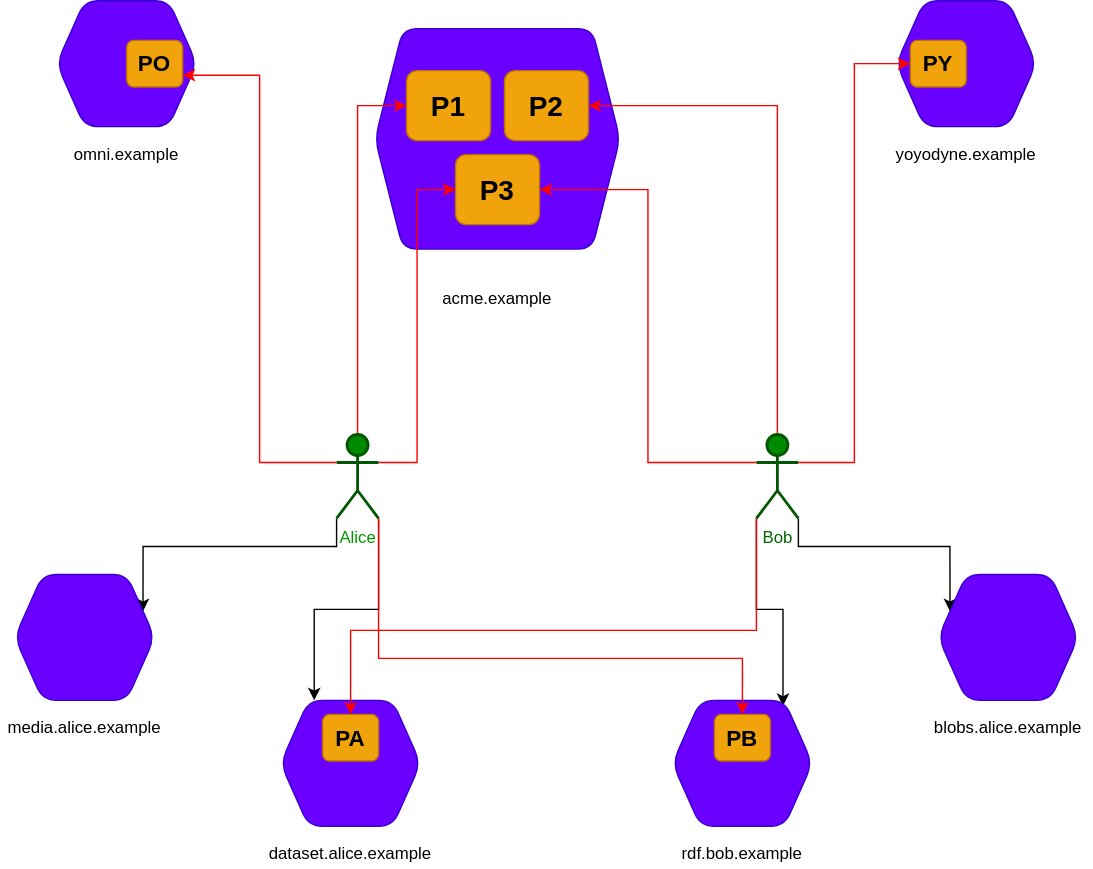
Above: proposals/primer/images/overview.drawio.svg in solid/data-interoperability-panel (draw.io), before the change. Source tidied: cells renumbered, new cells last; positions are measured from the earlier drawing's top-left corner, leaving out a move shared by most shapes.
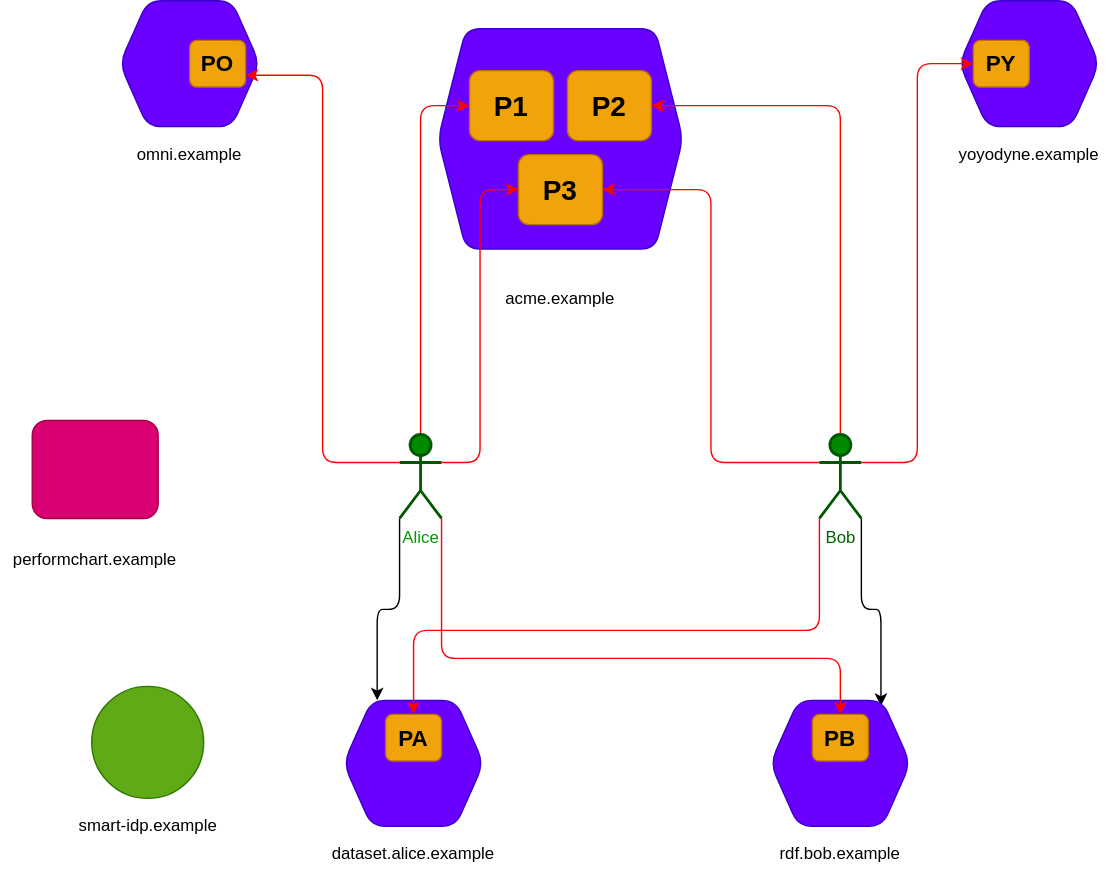
The same file after the commit.

The edit, as a diff of the source:
```diff
@@ -2,121 +2,97 @@
   <root>
     <mxCell id="0" />
     <mxCell id="1" parent="0" />
-    <mxCell id="2" style="group;" parent="1" vertex="1">
+    <mxCell id="2" style="group;rounded=1;" parent="1" vertex="1">
       <mxGeometry x="250" y="20" width="210" height="210" as="geometry" />
     </mxCell>
-    <mxCell id="3" style="shape=hexagon;perimeter=hexagonPerimeter2;whiteSpace=wrap;html=1;fixedSize=1;fillColor=#6a00ff;strokeColor=#3700CC;fontColor=#ffffff;rounded=1;arcSize=20;" parent="2" vertex="1">
+    <mxCell id="3" style="shape=hexagon;perimeter=hexagonPerimeter2;whiteSpace=wrap;html=1;fixedSize=1;fillColor=#6a00ff;strokeColor=#3700CC;fontColor=#ffffff;arcSize=20;rounded=1;" parent="2" vertex="1">
       <mxGeometry x="17.5" width="175" height="157.5" as="geometry" />
     </mxCell>
-    <mxCell id="4" value="acme.example" style="text;html=1;strokeColor=none;fillColor=none;align=center;verticalAlign=middle;whiteSpace=wrap;rounded=0;" parent="2" vertex="1">
+    <mxCell id="4" value="acme.example" style="text;html=1;strokeColor=none;fillColor=none;align=center;verticalAlign=middle;whiteSpace=wrap;rounded=1;" parent="2" vertex="1">
       <mxGeometry y="175" width="210" height="35" as="geometry" />
     </mxCell>
-    <mxCell id="5" value="&lt;b&gt;&lt;font style=&quot;font-size: 20px&quot; color=&quot;#000000&quot;&gt;P1&lt;/font&gt;&lt;/b&gt;" style="rounded=1;whiteSpace=wrap;html=1;fillColor=#f0a30a;strokeColor=#BD7000;fontColor=#ffffff;" parent="2" vertex="1">
+    <mxCell id="5" value="&lt;b&gt;&lt;font style=&quot;font-size: 20px&quot; color=&quot;#000000&quot;&gt;P1&lt;/font&gt;&lt;/b&gt;" style="whiteSpace=wrap;html=1;fillColor=#f0a30a;strokeColor=#BD7000;fontColor=#ffffff;rounded=1;" parent="2" vertex="1">
       <mxGeometry x="40" y="30" width="60" height="50" as="geometry" />
     </mxCell>
-    <mxCell id="6" value="&lt;b&gt;&lt;font style=&quot;font-size: 20px&quot; color=&quot;#000000&quot;&gt;P2&lt;/font&gt;&lt;/b&gt;" style="rounded=1;whiteSpace=wrap;html=1;fillColor=#f0a30a;strokeColor=#BD7000;fontColor=#ffffff;" parent="2" vertex="1">
+    <mxCell id="6" value="&lt;b&gt;&lt;font style=&quot;font-size: 20px&quot; color=&quot;#000000&quot;&gt;P2&lt;/font&gt;&lt;/b&gt;" style="whiteSpace=wrap;html=1;fillColor=#f0a30a;strokeColor=#BD7000;fontColor=#ffffff;rounded=1;" parent="2" vertex="1">
       <mxGeometry x="110" y="30" width="60" height="50" as="geometry" />
     </mxCell>
-    <mxCell id="7" value="&lt;b&gt;&lt;font style=&quot;font-size: 20px&quot; color=&quot;#000000&quot;&gt;P3&lt;br&gt;&lt;/font&gt;&lt;/b&gt;" style="rounded=1;whiteSpace=wrap;html=1;fillColor=#f0a30a;strokeColor=#BD7000;fontColor=#ffffff;" parent="2" vertex="1">
+    <mxCell id="7" value="&lt;b&gt;&lt;font style=&quot;font-size: 20px&quot; color=&quot;#000000&quot;&gt;P3&lt;br&gt;&lt;/font&gt;&lt;/b&gt;" style="whiteSpace=wrap;html=1;fillColor=#f0a30a;strokeColor=#BD7000;fontColor=#ffffff;rounded=1;" parent="2" vertex="1">
       <mxGeometry x="75" y="90" width="60" height="50" as="geometry" />
     </mxCell>
-    <mxCell id="8" style="group;" parent="1" vertex="1">
+    <mxCell id="8" style="group;rounded=1;" parent="1" vertex="1">
       <mxGeometry x="630" width="120" height="120" as="geometry" />
     </mxCell>
     <mxCell id="9" style="shape=hexagon;perimeter=hexagonPerimeter2;whiteSpace=wrap;html=1;fixedSize=1;fillColor=#6a00ff;strokeColor=#3700CC;fontColor=#ffffff;rounded=1;" parent="8" vertex="1">
       <mxGeometry x="10" width="100" height="90" as="geometry" />
     </mxCell>
-    <mxCell id="10" value="yoyodyne.example" style="text;html=1;strokeColor=none;fillColor=none;align=center;verticalAlign=middle;whiteSpace=wrap;rounded=0;" parent="8" vertex="1">
+    <mxCell id="10" value="yoyodyne.example" style="text;html=1;strokeColor=none;fillColor=none;align=center;verticalAlign=middle;whiteSpace=wrap;rounded=1;" parent="8" vertex="1">
       <mxGeometry y="100" width="120" height="20" as="geometry" />
     </mxCell>
-    <mxCell id="11" value="&lt;b&gt;&lt;font style=&quot;font-size: 16px&quot; color=&quot;#000000&quot;&gt;PY&lt;/font&gt;&lt;/b&gt;" style="rounded=1;whiteSpace=wrap;html=1;fillColor=#f0a30a;strokeColor=#BD7000;fontColor=#ffffff;" parent="8" vertex="1">
+    <mxCell id="11" value="&lt;b&gt;&lt;font style=&quot;font-size: 16px&quot; color=&quot;#000000&quot;&gt;PY&lt;/font&gt;&lt;/b&gt;" style="whiteSpace=wrap;html=1;fillColor=#f0a30a;strokeColor=#BD7000;fontColor=#ffffff;rounded=1;" parent="8" vertex="1">
       <mxGeometry x="20" y="28.3" width="40" height="33.3" as="geometry" />
     </mxCell>
-    <mxCell id="12" style="edgeStyle=orthogonalEdgeStyle;rounded=0;jettySize=auto;html=1;exitX=1;exitY=1;exitDx=0;exitDy=0;exitPerimeter=0;entryX=0;entryY=0.25;entryDx=0;entryDy=0;" parent="1" edge="1" source="16" target="38">
-      <mxGeometry relative="1" as="geometry" />
-    </mxCell>
-    <mxCell id="13" style="edgeStyle=orthogonalEdgeStyle;rounded=0;jettySize=auto;html=1;exitX=0;exitY=1;exitDx=0;exitDy=0;exitPerimeter=0;entryX=0.79;entryY=0.044;entryDx=0;entryDy=0;entryPerimeter=0;" parent="1" edge="1" source="16" target="34">
+    <mxCell id="13" style="edgeStyle=orthogonalEdgeStyle;jettySize=auto;html=1;exitX=1;exitY=1;exitDx=0;exitDy=0;exitPerimeter=0;entryX=0.79;entryY=0.044;entryDx=0;entryDy=0;entryPerimeter=0;" parent="1" edge="1" source="16" target="34">
       <mxGeometry relative="1" as="geometry" />
     </mxCell>
-    <mxCell id="14" style="edgeStyle=orthogonalEdgeStyle;rounded=0;jettySize=auto;html=1;exitX=0;exitY=0.3333333333333333;exitDx=0;exitDy=0;exitPerimeter=0;entryX=1;entryY=0.5;entryDx=0;entryDy=0;endArrow=classic;endFill=1;strokeColor=#FF0000;" parent="1" edge="1" source="16" target="7">
+    <mxCell id="14" style="edgeStyle=orthogonalEdgeStyle;jettySize=auto;html=1;exitX=0;exitY=0.3333333333333333;exitDx=0;exitDy=0;exitPerimeter=0;entryX=1;entryY=0.5;entryDx=0;entryDy=0;endArrow=classic;endFill=1;strokeColor=#FF0000;" parent="1" edge="1" source="16" target="7">
       <mxGeometry relative="1" as="geometry" />
     </mxCell>
-    <mxCell id="15" style="edgeStyle=orthogonalEdgeStyle;rounded=0;jettySize=auto;html=1;exitX=0.5;exitY=0;exitDx=0;exitDy=0;exitPerimeter=0;entryX=1;entryY=0.5;entryDx=0;entryDy=0;endArrow=classic;endFill=1;strokeColor=#FF0000;" parent="1" edge="1" source="16" target="6">
+    <mxCell id="15" style="edgeStyle=orthogonalEdgeStyle;jettySize=auto;html=1;exitX=0.5;exitY=0;exitDx=0;exitDy=0;exitPerimeter=0;entryX=1;entryY=0.5;entryDx=0;entryDy=0;endArrow=classic;endFill=1;strokeColor=#FF0000;" parent="1" edge="1" source="16" target="6">
       <mxGeometry relative="1" as="geometry" />
     </mxCell>
-    <mxCell id="16" value="&lt;font color=&quot;#006600&quot;&gt;Bob&lt;/font&gt;" style="shape=umlActor;verticalLabelPosition=bottom;verticalAlign=top;html=1;outlineConnect=0;rounded=1;fillColor=#008a00;strokeColor=#005700;fontColor=#ffffff;strokeWidth=2;" parent="1" vertex="1">
+    <mxCell id="16" value="&lt;font color=&quot;#006600&quot;&gt;Bob&lt;/font&gt;" style="shape=umlActor;verticalLabelPosition=bottom;verticalAlign=top;html=1;outlineConnect=0;fillColor=#008a00;strokeColor=#005700;fontColor=#ffffff;strokeWidth=2;rounded=1;" parent="1" vertex="1">
       <mxGeometry x="540" y="310" width="30" height="60" as="geometry" />
     </mxCell>
-    <mxCell id="17" style="edgeStyle=orthogonalEdgeStyle;rounded=0;jettySize=auto;html=1;exitX=0;exitY=1;exitDx=0;exitDy=0;exitPerimeter=0;entryX=1;entryY=0.25;entryDx=0;entryDy=0;" parent="1" edge="1" source="21" target="31">
-      <mxGeometry relative="1" as="geometry" />
-    </mxCell>
-    <mxCell id="18" style="edgeStyle=orthogonalEdgeStyle;rounded=0;jettySize=auto;html=1;exitX=1;exitY=1;exitDx=0;exitDy=0;exitPerimeter=0;entryX=0.24;entryY=0;entryDx=0;entryDy=0;entryPerimeter=0;" parent="1" edge="1" source="21" target="27">
+    <mxCell id="18" style="edgeStyle=orthogonalEdgeStyle;jettySize=auto;html=1;exitX=0;exitY=1;exitDx=0;exitDy=0;exitPerimeter=0;entryX=0.24;entryY=0;entryDx=0;entryDy=0;entryPerimeter=0;" parent="1" edge="1" source="21" target="27">
       <mxGeometry relative="1" as="geometry" />
     </mxCell>
-    <mxCell id="19" style="edgeStyle=orthogonalEdgeStyle;rounded=0;jettySize=auto;html=1;exitX=1;exitY=0.3333333333333333;exitDx=0;exitDy=0;exitPerimeter=0;entryX=0;entryY=0.5;entryDx=0;entryDy=0;endArrow=classic;endFill=1;strokeColor=#FF0000;" parent="1" edge="1" source="21" target="7">
+    <mxCell id="19" style="edgeStyle=orthogonalEdgeStyle;jettySize=auto;html=1;exitX=1;exitY=0.3333333333333333;exitDx=0;exitDy=0;exitPerimeter=0;entryX=0;entryY=0.5;entryDx=0;entryDy=0;endArrow=classic;endFill=1;strokeColor=#FF0000;" parent="1" edge="1" source="21" target="7">
       <mxGeometry relative="1" as="geometry" />
     </mxCell>
-    <mxCell id="20" style="edgeStyle=orthogonalEdgeStyle;rounded=0;jettySize=auto;html=1;exitX=0.5;exitY=0;exitDx=0;exitDy=0;exitPerimeter=0;entryX=0;entryY=0.5;entryDx=0;entryDy=0;endArrow=classic;endFill=1;strokeColor=#FF0000;" parent="1" edge="1" source="21" target="5">
+    <mxCell id="20" style="edgeStyle=orthogonalEdgeStyle;jettySize=auto;html=1;exitX=0.5;exitY=0;exitDx=0;exitDy=0;exitPerimeter=0;entryX=0;entryY=0.5;entryDx=0;entryDy=0;endArrow=classic;endFill=1;strokeColor=#FF0000;" parent="1" edge="1" source="21" target="5">
       <mxGeometry relative="1" as="geometry" />
     </mxCell>
-    <mxCell id="21" value="&lt;font color=&quot;#009900&quot;&gt;Alice&lt;/font&gt;" style="shape=umlActor;verticalLabelPosition=bottom;verticalAlign=top;html=1;outlineConnect=0;rounded=1;fillColor=#008a00;strokeColor=#005700;fontColor=#ffffff;strokeWidth=2;" parent="1" vertex="1">
+    <mxCell id="21" value="&lt;font color=&quot;#009900&quot;&gt;Alice&lt;/font&gt;" style="shape=umlActor;verticalLabelPosition=bottom;verticalAlign=top;html=1;outlineConnect=0;fillColor=#008a00;strokeColor=#005700;fontColor=#ffffff;strokeWidth=2;rounded=1;" parent="1" vertex="1">
       <mxGeometry x="240" y="310" width="30" height="60" as="geometry" />
     </mxCell>
-    <mxCell id="22" style="group;" parent="1" vertex="1">
+    <mxCell id="22" style="group;rounded=1;" parent="1" vertex="1">
       <mxGeometry x="30" width="120" height="120" as="geometry" />
     </mxCell>
     <mxCell id="23" style="shape=hexagon;perimeter=hexagonPerimeter2;whiteSpace=wrap;html=1;fixedSize=1;fillColor=#6a00ff;strokeColor=#3700CC;fontColor=#ffffff;rounded=1;" parent="22" vertex="1">
       <mxGeometry x="10" width="100" height="90" as="geometry" />
     </mxCell>
-    <mxCell id="24" value="omni.example" style="text;html=1;strokeColor=none;fillColor=none;align=center;verticalAlign=middle;whiteSpace=wrap;rounded=0;" parent="22" vertex="1">
+    <mxCell id="24" value="omni.example" style="text;html=1;strokeColor=none;fillColor=none;align=center;verticalAlign=middle;whiteSpace=wrap;rounded=1;" parent="22" vertex="1">
       <mxGeometry y="100" width="120" height="20" as="geometry" />
     </mxCell>
-    <mxCell id="25" value="&lt;b&gt;&lt;font style=&quot;font-size: 16px&quot; color=&quot;#000000&quot;&gt;PO&lt;/font&gt;&lt;/b&gt;" style="rounded=1;whiteSpace=wrap;html=1;fillColor=#f0a30a;strokeColor=#BD7000;fontColor=#ffffff;" parent="22" vertex="1">
+    <mxCell id="25" value="&lt;b&gt;&lt;font style=&quot;font-size: 16px&quot; color=&quot;#000000&quot;&gt;PO&lt;/font&gt;&lt;/b&gt;" style="whiteSpace=wrap;html=1;fillColor=#f0a30a;strokeColor=#BD7000;fontColor=#ffffff;rounded=1;" parent="22" vertex="1">
       <mxGeometry x="60" y="28.3" width="40" height="33.3" as="geometry" />
     </mxCell>
-    <mxCell id="26" style="group;" parent="1" vertex="1">
+    <mxCell id="26" style="group;rounded=1;" parent="1" vertex="1">
       <mxGeometry x="190" y="500" width="120" height="120" as="geometry" />
     </mxCell>
     <mxCell id="27" style="shape=hexagon;perimeter=hexagonPerimeter2;whiteSpace=wrap;html=1;fixedSize=1;fillColor=#6a00ff;strokeColor=#3700CC;fontColor=#ffffff;rounded=1;" parent="26" vertex="1">
       <mxGeometry x="10" width="100" height="90" as="geometry" />
     </mxCell>
-    <mxCell id="28" value="dataset.alice.example" style="text;html=1;strokeColor=none;fillColor=none;align=center;verticalAlign=middle;whiteSpace=wrap;rounded=0;" parent="26" vertex="1">
+    <mxCell id="28" value="dataset.alice.example" style="text;html=1;strokeColor=none;fillColor=none;align=center;verticalAlign=middle;whiteSpace=wrap;rounded=1;" parent="26" vertex="1">
       <mxGeometry y="100" width="120" height="20" as="geometry" />
     </mxCell>
-    <mxCell id="29" value="&lt;b&gt;&lt;font style=&quot;font-size: 16px&quot; color=&quot;#000000&quot;&gt;PA&lt;/font&gt;&lt;/b&gt;" style="rounded=1;whiteSpace=wrap;html=1;fillColor=#f0a30a;strokeColor=#BD7000;fontColor=#ffffff;" parent="26" vertex="1">
+    <mxCell id="29" value="&lt;b&gt;&lt;font style=&quot;font-size: 16px&quot; color=&quot;#000000&quot;&gt;PA&lt;/font&gt;&lt;/b&gt;" style="whiteSpace=wrap;html=1;fillColor=#f0a30a;strokeColor=#BD7000;fontColor=#ffffff;rounded=1;" parent="26" vertex="1">
       <mxGeometry x="40" y="10" width="40" height="33.3" as="geometry" />
     </mxCell>
-    <mxCell id="30" style="group;" parent="1" vertex="1">
-      <mxGeometry y="410" width="120" height="120" as="geometry" />
-    </mxCell>
-    <mxCell id="31" style="shape=hexagon;perimeter=hexagonPerimeter2;whiteSpace=wrap;html=1;fixedSize=1;fillColor=#6a00ff;strokeColor=#3700CC;fontColor=#ffffff;rounded=1;" parent="30" vertex="1">
-      <mxGeometry x="10" width="100" height="90" as="geometry" />
-    </mxCell>
-    <mxCell id="32" value="media.alice.example" style="text;html=1;strokeColor=none;fillColor=none;align=center;verticalAlign=middle;whiteSpace=wrap;rounded=0;" parent="30" vertex="1">
-      <mxGeometry y="100" width="120" height="20" as="geometry" />
-    </mxCell>
-    <mxCell id="33" style="group;" parent="1" vertex="1">
-      <mxGeometry x="470" y="500" width="120" height="120" as="geometry" />
+    <mxCell id="33" style="group;rounded=1;" parent="1" vertex="1">
+      <mxGeometry x="495" y="500" width="120" height="120" as="geometry" />
     </mxCell>
     <mxCell id="34" style="shape=hexagon;perimeter=hexagonPerimeter2;whiteSpace=wrap;html=1;fixedSize=1;fillColor=#6a00ff;strokeColor=#3700CC;fontColor=#ffffff;rounded=1;" parent="33" vertex="1">
       <mxGeometry x="10" width="100" height="90" as="geometry" />
     </mxCell>
-    <mxCell id="35" value="rdf.bob.example" style="text;html=1;strokeColor=none;fillColor=none;align=center;verticalAlign=middle;whiteSpace=wrap;rounded=0;" parent="33" vertex="1">
+    <mxCell id="35" value="rdf.bob.example" style="text;html=1;strokeColor=none;fillColor=none;align=center;verticalAlign=middle;whiteSpace=wrap;rounded=1;" parent="33" vertex="1">
       <mxGeometry y="100" width="120" height="20" as="geometry" />
     </mxCell>
-    <mxCell id="36" value="&lt;span style=&quot;font-size: 16px&quot;&gt;&lt;b&gt;PB&lt;/b&gt;&lt;/span&gt;" style="rounded=1;whiteSpace=wrap;html=1;fillColor=#f0a30a;strokeColor=#BD7000;" parent="33" vertex="1">
+    <mxCell id="36" value="&lt;span style=&quot;font-size: 16px&quot;&gt;&lt;b&gt;&lt;font color=&quot;#000000&quot;&gt;PB&lt;/font&gt;&lt;/b&gt;&lt;/span&gt;" style="whiteSpace=wrap;html=1;fillColor=#f0a30a;strokeColor=#BD7000;rounded=1;" parent="33" vertex="1">
       <mxGeometry x="40" y="10" width="40" height="33.3" as="geometry" />
     </mxCell>
-    <mxCell id="37" style="group;" parent="1" vertex="1">
-      <mxGeometry x="660" y="410" width="120" height="120" as="geometry" />
-    </mxCell>
-    <mxCell id="38" style="shape=hexagon;perimeter=hexagonPerimeter2;whiteSpace=wrap;html=1;fixedSize=1;fillColor=#6a00ff;strokeColor=#3700CC;fontColor=#ffffff;rounded=1;" parent="37" vertex="1">
-      <mxGeometry x="10" width="100" height="90" as="geometry" />
-    </mxCell>
-    <mxCell id="39" value="blobs.alice.example" style="text;html=1;strokeColor=none;fillColor=none;align=center;verticalAlign=middle;whiteSpace=wrap;rounded=0;" parent="37" vertex="1">
-      <mxGeometry y="100" width="120" height="20" as="geometry" />
-    </mxCell>
-    <mxCell id="40" style="edgeStyle=orthogonalEdgeStyle;rounded=0;jettySize=auto;html=1;exitX=0;exitY=1;exitDx=0;exitDy=0;exitPerimeter=0;entryX=0.5;entryY=0;entryDx=0;entryDy=0;endArrow=classic;endFill=1;strokeColor=#FF0000;" parent="1" edge="1" source="16" target="29">
+    <mxCell id="40" style="edgeStyle=orthogonalEdgeStyle;jettySize=auto;html=1;exitX=0;exitY=1;exitDx=0;exitDy=0;exitPerimeter=0;entryX=0.5;entryY=0;entryDx=0;entryDy=0;endArrow=classic;endFill=1;strokeColor=#FF0000;" parent="1" edge="1" source="16" target="29">
       <mxGeometry relative="1" as="geometry">
         <Array as="points">
           <mxPoint x="540" y="450" />
@@ -124,19 +100,31 @@
         </Array>
       </mxGeometry>
     </mxCell>
-    <mxCell id="41" style="edgeStyle=orthogonalEdgeStyle;rounded=0;jettySize=auto;html=1;exitX=1;exitY=1;exitDx=0;exitDy=0;exitPerimeter=0;entryX=0.5;entryY=0;entryDx=0;entryDy=0;endArrow=classic;endFill=1;strokeColor=#FF0000;" parent="1" edge="1" source="21" target="36">
+    <mxCell id="41" style="edgeStyle=orthogonalEdgeStyle;jettySize=auto;html=1;exitX=1;exitY=1;exitDx=0;exitDy=0;exitPerimeter=0;endArrow=classic;endFill=1;strokeColor=#FF0000;entryX=0.5;entryY=0;entryDx=0;entryDy=0;" parent="1" edge="1" source="21" target="36">
       <mxGeometry relative="1" as="geometry">
         <Array as="points">
           <mxPoint x="270" y="470" />
-          <mxPoint x="530" y="470" />
+          <mxPoint x="555" y="470" />
         </Array>
       </mxGeometry>
     </mxCell>
-    <mxCell id="42" style="edgeStyle=orthogonalEdgeStyle;rounded=0;jettySize=auto;html=1;exitX=0;exitY=0.3333333333333333;exitDx=0;exitDy=0;exitPerimeter=0;entryX=1;entryY=0.75;entryDx=0;entryDy=0;endArrow=classic;endFill=1;strokeColor=#FF0000;" parent="1" edge="1" source="21" target="25">
+    <mxCell id="42" style="edgeStyle=orthogonalEdgeStyle;jettySize=auto;html=1;exitX=0;exitY=0.3333333333333333;exitDx=0;exitDy=0;exitPerimeter=0;entryX=1;entryY=0.75;entryDx=0;entryDy=0;endArrow=classic;endFill=1;strokeColor=#FF0000;" parent="1" edge="1" source="21" target="25">
       <mxGeometry relative="1" as="geometry" />
     </mxCell>
-    <mxCell id="43" style="edgeStyle=orthogonalEdgeStyle;rounded=0;jettySize=auto;html=1;exitX=1;exitY=0.3333333333333333;exitDx=0;exitDy=0;exitPerimeter=0;entryX=0;entryY=0.5;entryDx=0;entryDy=0;endArrow=classic;endFill=1;strokeColor=#FF0000;" parent="1" edge="1" source="16" target="11">
+    <mxCell id="43" style="edgeStyle=orthogonalEdgeStyle;jettySize=auto;html=1;exitX=1;exitY=0.3333333333333333;exitDx=0;exitDy=0;exitPerimeter=0;entryX=0;entryY=0.5;entryDx=0;entryDy=0;endArrow=classic;endFill=1;strokeColor=#FF0000;" parent="1" edge="1" source="16" target="11">
       <mxGeometry relative="1" as="geometry" />
     </mxCell>
+    <mxCell id="44" style="whiteSpace=wrap;html=1;fillColor=#d80073;strokeColor=#A50040;fontColor=#ffffff;rounded=1;" parent="1" vertex="1">
+      <mxGeometry x="-22.5" y="300" width="90" height="70" as="geometry" />
+    </mxCell>
+    <mxCell id="45" value="performchart.example" style="text;html=1;strokeColor=none;fillColor=none;align=center;verticalAlign=middle;whiteSpace=wrap;rounded=1;" parent="1" vertex="1">
+      <mxGeometry x="-45" y="390" width="135" height="20" as="geometry" />
+    </mxCell>
+    <mxCell id="46" style="ellipse;whiteSpace=wrap;html=1;fillColor=#60a917;strokeColor=#2D7600;fontColor=#ffffff;rounded=1;" parent="1" vertex="1">
+      <mxGeometry x="20" y="490" width="80" height="80" as="geometry" />
+    </mxCell>
+    <mxCell id="47" value="smart-idp.example" style="text;html=1;strokeColor=none;fillColor=none;align=center;verticalAlign=middle;whiteSpace=wrap;rounded=1;" parent="1" vertex="1">
+      <mxGeometry x="-7.5" y="580" width="135" height="20" as="geometry" />
+    </mxCell>
   </root>
 </mxGraphModel>
```
